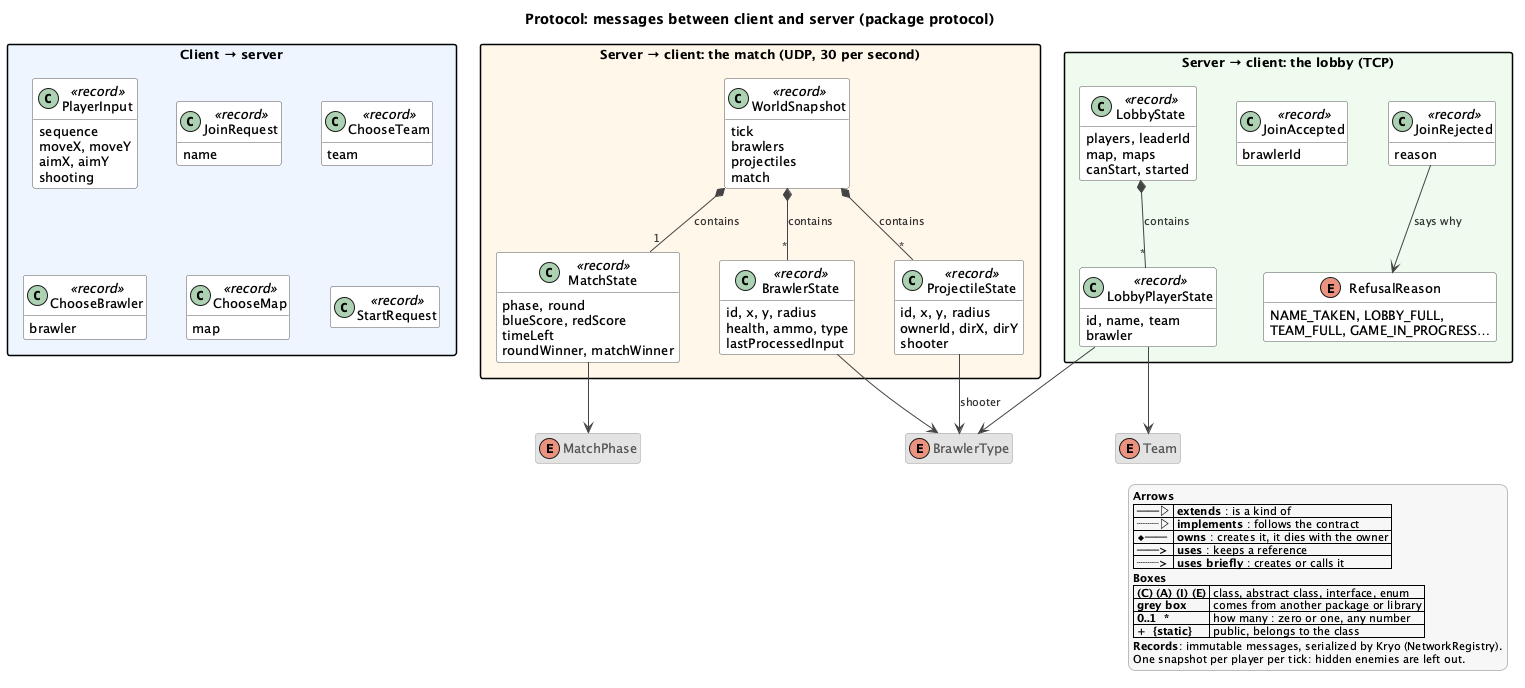
The PlantUML diagram docs/uml/protocol.png in louispouillet/2dgame, before a commit.
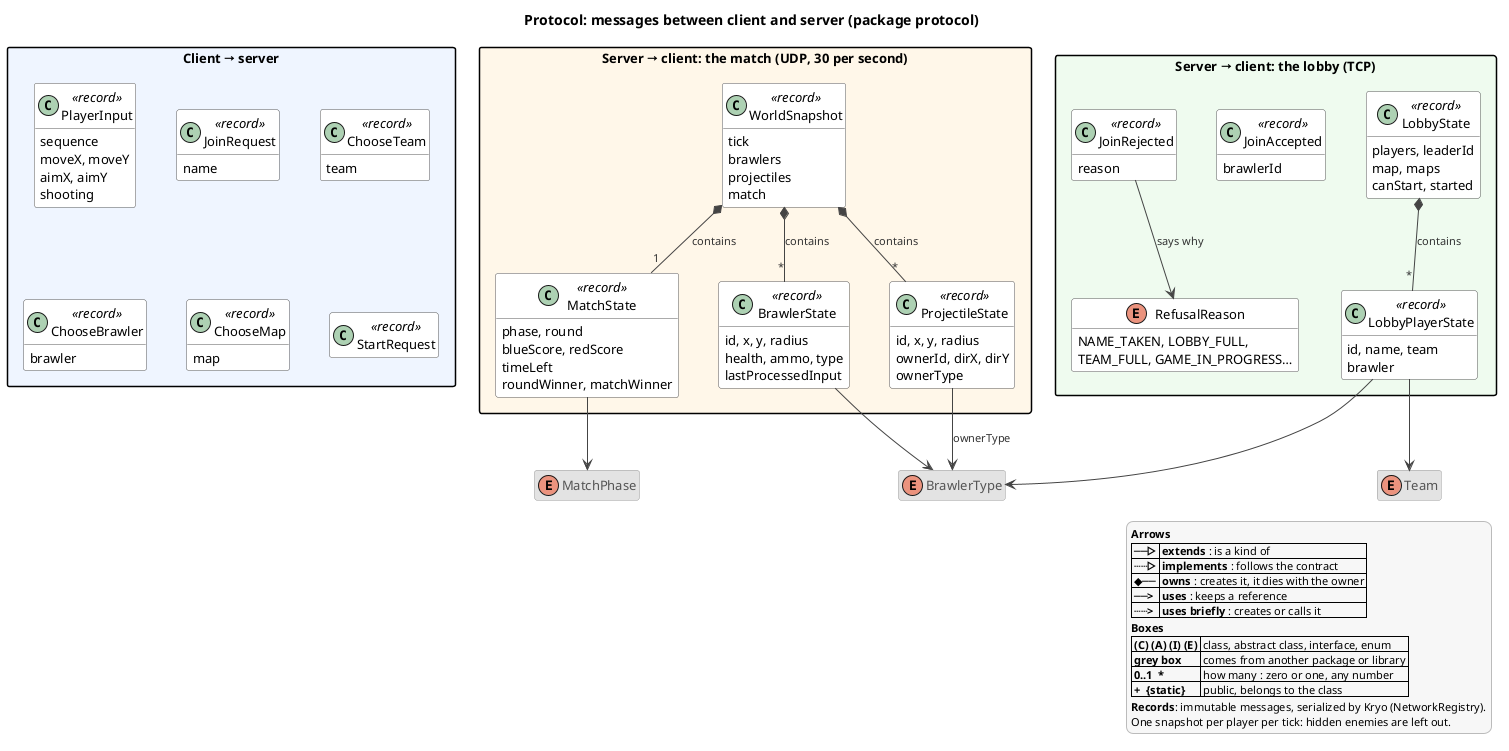
The same diagram one commit later.

Change to the diagram source:
```diff
@@ -39,7 +39,7 @@
     class ProjectileState <<record>> {
         id, x, y, radius
         ownerId, dirX, dirY
-        shooter
+        ownerType
     }
     class MatchState <<record>> {
         phase, round
@@ -82,7 +82,7 @@
 LobbyState *-- "*" LobbyPlayerState : contains
 JoinRejected --> RefusalReason : says why
 BrawlerState --> BrawlerType
-ProjectileState --> BrawlerType : shooter
+ProjectileState --> BrawlerType : ownerType
 LobbyPlayerState --> Team
 LobbyPlayerState --> BrawlerType
 
```
